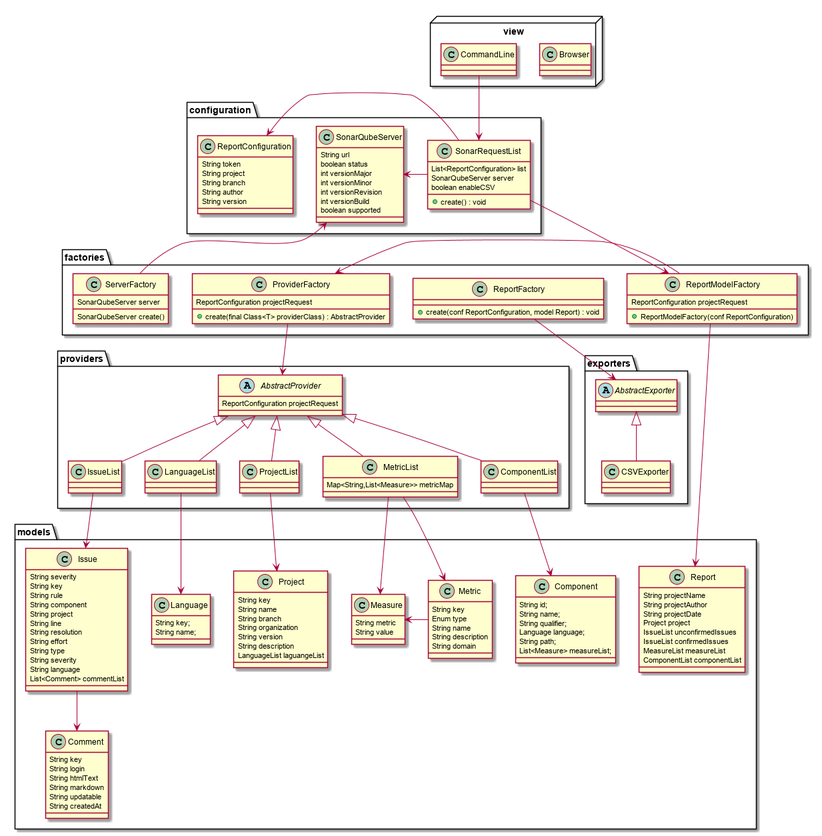
Earlier version of the PlantUML export uml/out/diagrama_de_clases/components.png (iakigarci/SonarReport).
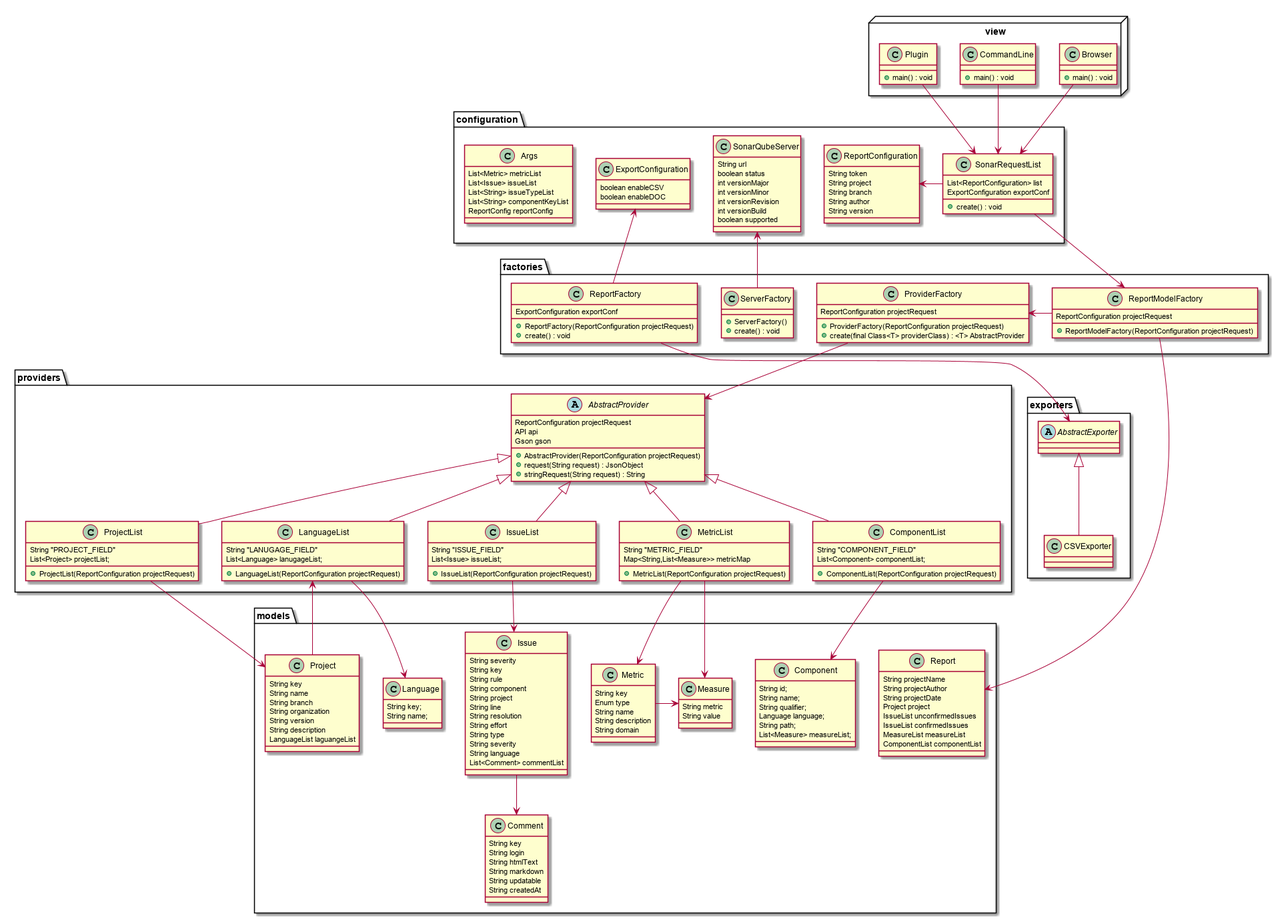
After the change.

Commit message:
Ampliado el diagrama de clases

Change to the diagram source:
```diff
@@ -4,26 +4,41 @@
 
     abstract AbstractProvider {
         ReportConfiguration projectRequest
+        API api
+        Gson gson
+        +AbstractProvider(ReportConfiguration projectRequest)
+        +request(String request) : JsonObject
+        +stringRequest(String request) : String
     }
 
     class ComponentList {
-
+        String "COMPONENT_FIELD"
+        List<Component> componentList;
+        +ComponentList(ReportConfiguration projectRequest)
     }
 
     class IssueList {
-
+        String "ISSUE_FIELD"
+        List<Issue> issueList;
+        +IssueList(ReportConfiguration projectRequest)
     }
 
     class LanguageList {
-
+        String "LANUGAGE_FIELD"
+        List<Language> lanugageList;
+        +LanguageList(ReportConfiguration projectRequest)
     }
 
     class ProjectList {
-
+        String "PROJECT_FIELD"
+        List<Project> projectList;
+        +ProjectList(ReportConfiguration projectRequest)
     }
 
     class MetricList {
+        String "METRIC_FIELD"
         Map<String,List<Measure>> metricMap
+        +MetricList(ReportConfiguration projectRequest)
     }
 
 }
@@ -31,21 +46,24 @@
 package factories {
     class ProviderFactory {
         ReportConfiguration projectRequest
-        +create(final Class<T> providerClass) : AbstractProvider
+        +ProviderFactory(ReportConfiguration projectRequest)
+        +create(final Class<T> providerClass) : <T> AbstractProvider
     }
 
     class ReportFactory {
-        +create(conf ReportConfiguration, model Report) : void
+        ExportConfiguration exportConf
+        +ReportFactory(ReportConfiguration projectRequest)
+        +create() : void
     }
 
     class ReportModelFactory {
         ReportConfiguration projectRequest
-        +ReportModelFactory(conf ReportConfiguration)
+        +ReportModelFactory(ReportConfiguration projectRequest)
     }
 
     class ServerFactory {
-        SonarQubeServer server
-        SonarQubeServer create()
+        +ServerFactory()
+        +create() : void
     }
 }
 
@@ -138,8 +156,7 @@
 package configuration {
     class SonarRequestList {
         List<ReportConfiguration> list
-        SonarQubeServer server
-        boolean enableCSV
+        ExportConfiguration exportConf
         +create() : void
     }
 
@@ -161,15 +178,32 @@
         int versionBuild
         boolean supported
     }
+
+    class Args {
+        List<Metric> metricList
+        List<Issue> issueList
+        List<String> issueTypeList
+        List<String> componentKeyList
+        ReportConfig reportConfig
+    }
+
+    class ExportConfiguration {
+        boolean enableCSV
+        boolean enableDOC
+    }
 }
 
 package view <<Node>> {
     class Browser {
-
+        +main() : void
     }
 
     class CommandLine {
+        +main() : void
+    }
 
+    class Plugin {
+        +main() : void
     }
 }
 
@@ -188,17 +222,20 @@
 MetricList -down-> Metric
 MetricList -down-> Measure
 Metric -> Measure
+Project -> LanguageList
 
 ReportModelFactory -> Report
 ProviderFactory -down-> AbstractProvider
 ReportFactory -down-> AbstractExporter
 ServerFactory -up-> SonarQubeServer
 ReportModelFactory -> ProviderFactory
+ReportFactory -> ExportConfiguration
 
 CSVExporter -up-|> AbstractExporter
 
 CommandLine -down-> SonarRequestList
+Browser -down-> SonarRequestList
+Plugin -down-> SonarRequestList
 SonarRequestList -left-> ReportConfiguration
-SonarRequestList -right-> SonarQubeServer
 SonarRequestList -down-> ReportModelFactory
 
```
